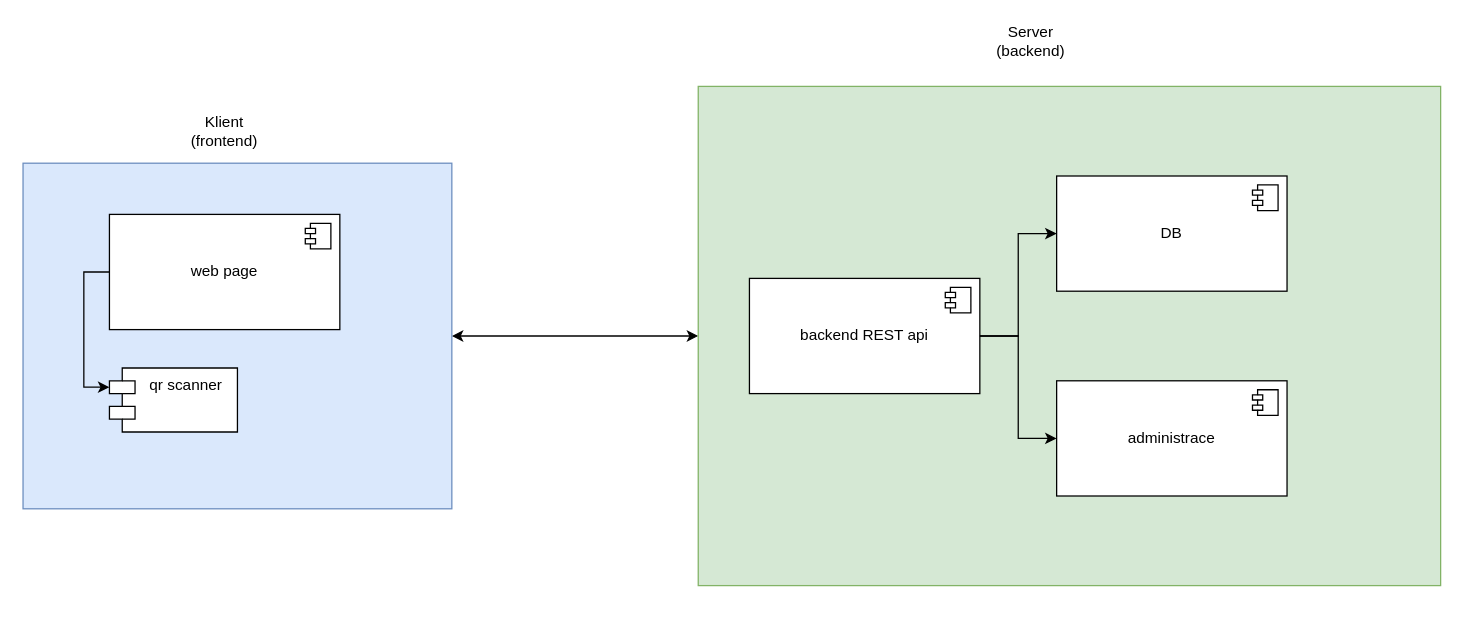
jo6r/sam keeps this draw.io diagram as sam-navrh.drawio. Above is the earlier version. Source tidied: cells renumbered, new cells numbered last; positions are measured from the earlier drawing's top-left corner, leaving out a move shared by most shapes. Both pictures are drawn from the tidied source at 128%, with x=0, y=0 at pixel (22, 22).
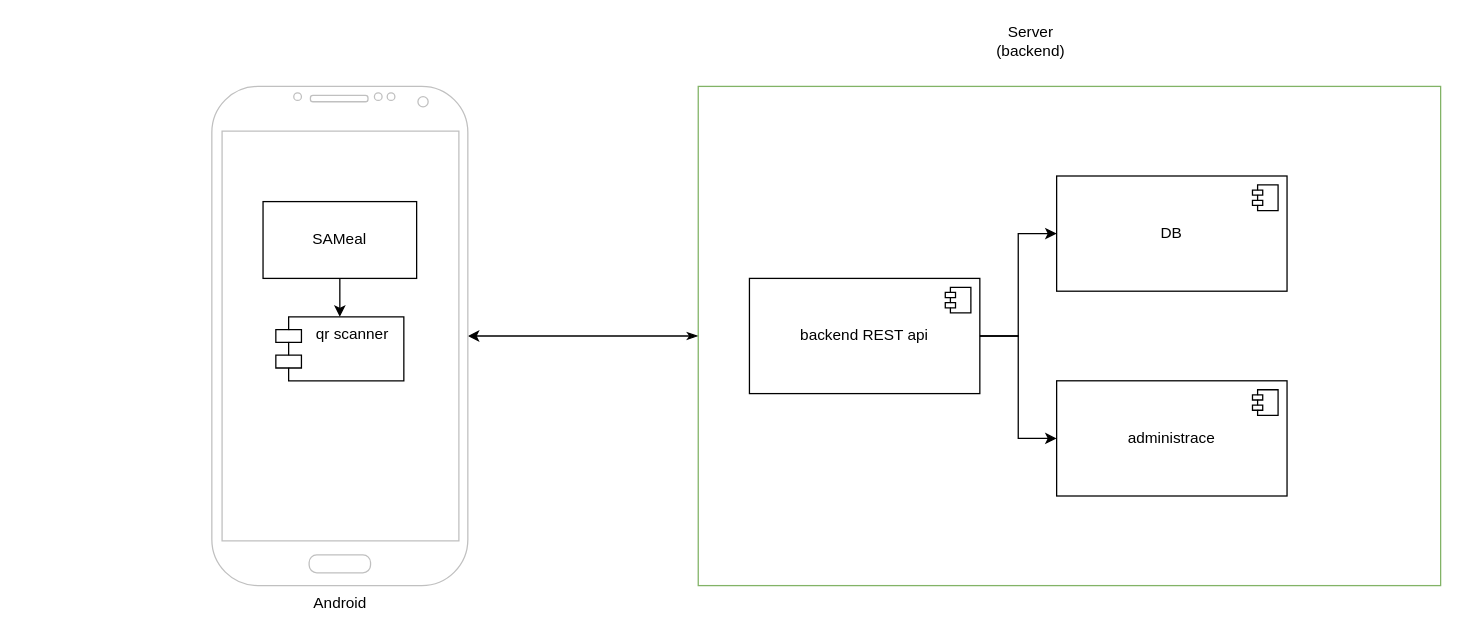
After the change.

The edit, as a diff of the source:
```diff
@@
-    <mxCell id="2" style="edgeStyle=orthogonalEdgeStyle;rounded=0;jettySize=auto;html=1;entryX=0;entryY=0.5;entryDx=0;entryDy=0;startArrow=classic;startFill=1;" parent="1" edge="1" source="3" target="9">
-      <mxGeometry relative="1" as="geometry" />
-    </mxCell>
-    <mxCell id="3" style="html=1;whiteSpace=wrap;fillColor=#dae8fc;strokeColor=#6c8ebf;" parent="1" vertex="1">
-      <mxGeometry x="0.5" y="110" width="335" height="270" as="geometry" />
-    </mxCell>
-    <mxCell id="4" value="web page" style="html=1;whiteSpace=wrap;" parent="1" vertex="1">
-      <mxGeometry x="68" y="150" width="180" height="90" as="geometry" />
-    </mxCell>
-    <mxCell id="5" style="shape=module;jettyWidth=8;jettyHeight=4;" parent="4" vertex="1">
-      <mxGeometry x="1" width="20" height="20" relative="1" as="geometry">
-        <mxPoint x="-27" y="7" as="offset" />
-      </mxGeometry>
-    </mxCell>
-    <mxCell id="6" value="Klient (frontend&lt;span style=&quot;background-color: initial;&quot;&gt;)&lt;/span&gt;" style="text;html=1;align=center;verticalAlign=middle;whiteSpace=wrap;rounded=0;" parent="1" vertex="1">
-      <mxGeometry x="128" y="70" width="60" height="30" as="geometry" />
-    </mxCell>
-    <mxCell id="7" value="qr scanner" style="shape=module;align=left;spacingLeft=20;align=center;verticalAlign=top;whiteSpace=wrap;html=1;" parent="1" vertex="1">
-      <mxGeometry x="68" y="270" width="100" height="50" as="geometry" />
-    </mxCell>
-    <mxCell id="8" style="edgeStyle=orthogonalEdgeStyle;rounded=0;jettySize=auto;html=1;entryX=0;entryY=0;entryDx=0;entryDy=15;entryPerimeter=0;exitX=0;exitY=0.5;exitDx=0;exitDy=0;" parent="1" edge="1" source="4" target="7">
-      <mxGeometry relative="1" as="geometry" />
-    </mxCell>
+    <mxCell id="19" style="edgeStyle=orthogonalEdgeStyle;rounded=0;jettySize=auto;html=1;startArrow=classicThin;startFill=1;" parent="1" edge="1" source="9" target="21">
+      <mxGeometry relative="1" as="geometry" />
+    </mxCell>
-    <mxCell id="9" style="rounded=0;whiteSpace=wrap;html=1;fillColor=#d5e8d4;strokeColor=#82b366;" parent="1" vertex="1">
+    <mxCell id="9" style="rounded=0;whiteSpace=wrap;html=1;fillColor=none;strokeColor=#82b366;" parent="1" vertex="1">
       <mxGeometry x="528" y="50" width="580" height="390" as="geometry" />
     </mxCell>
@@
+    <mxCell id="20" style="group;" parent="1" vertex="1">
+      <mxGeometry x="148" y="50" width="200" height="390" as="geometry" />
+    </mxCell>
+    <mxCell id="7" value="qr scanner" style="shape=module;align=left;spacingLeft=20;align=center;verticalAlign=top;whiteSpace=wrap;html=1;" parent="20" vertex="1">
+      <mxGeometry x="50" y="180" width="100" height="50" as="geometry" />
+    </mxCell>
+    <mxCell id="21" value="Android" style="verticalLabelPosition=bottom;verticalAlign=top;html=1;shadow=0;dashed=0;strokeWidth=1;shape=mxgraph.android.phone2;strokeColor=#c0c0c0;" parent="20" vertex="1">
+      <mxGeometry width="200" height="390" as="geometry" />
+    </mxCell>
+    <mxCell id="22" value="SAMeal" style="rounded=0;whiteSpace=wrap;html=1;" parent="20" vertex="1">
+      <mxGeometry x="40" y="90" width="120" height="60" as="geometry" />
+    </mxCell>
+    <mxCell id="23" style="edgeStyle=orthogonalEdgeStyle;rounded=0;jettySize=auto;html=1;" parent="20" edge="1" source="22" target="7">
+      <mxGeometry relative="1" as="geometry" />
+    </mxCell>
```
